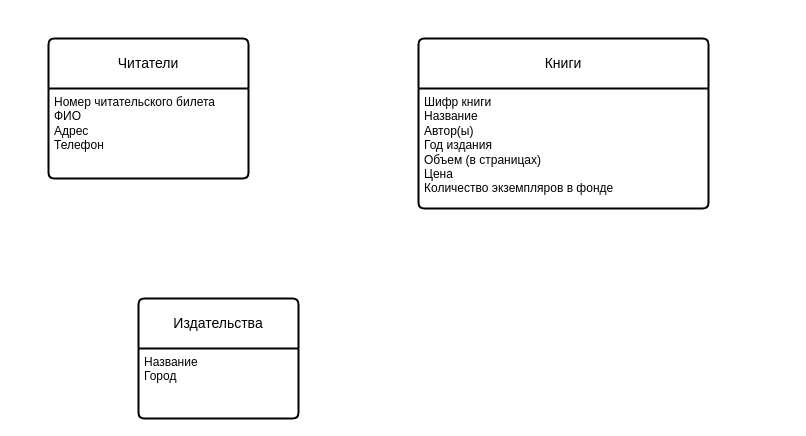
Above: Схема БД.drawio in MOMIV/DE_T2.1 (draw.io), before the change. Source tidied: cells renumbered, new cells numbered last; positions are measured from the earlier drawing's top-left corner, leaving out a move shared by most shapes. Both pictures are drawn from the tidied source at 100%, with x=0, y=0 at pixel (48, 38).
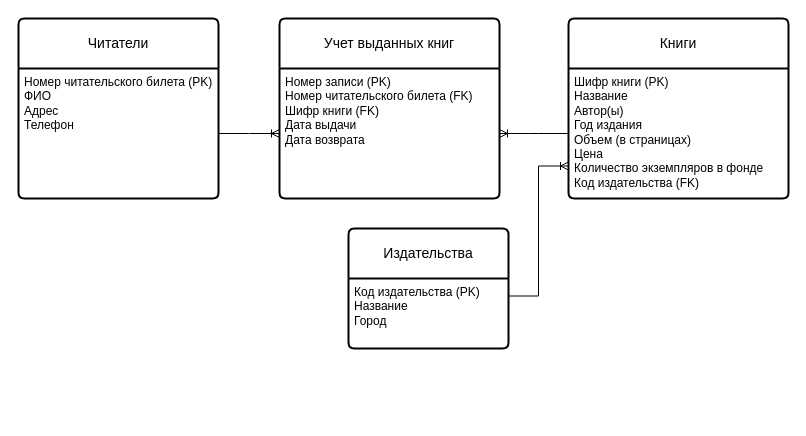
The same page after the edit.

The edit, as a diff of the source:
```diff
@@
 <mxGraphModel>
   <root>
     <mxCell id="0" />
     <mxCell id="1" parent="0" />
     <mxCell id="2" style="shape=tableRow;horizontal=0;startSize=0;swimlaneHead=0;swimlaneBody=0;fillColor=none;top=0;left=0;right=0;bottom=0;" parent="1" vertex="1">
       <mxGeometry x="10" y="100" width="180" height="30" as="geometry" />
     </mxCell>
     <mxCell id="3" style="shape=partialRectangle;fillColor=none;top=0;left=0;bottom=0;right=0;overflow=hidden;whiteSpace=wrap;html=1;" parent="2" vertex="1">
       <mxGeometry width="30" height="30" as="geometry" />
     </mxCell>
     <mxCell id="4" value="Книги" style="swimlane;horizontal=1;startSize=50;rounded=1;fontSize=14;fontStyle=0;strokeWidth=2;shadow=0;dashed=0;align=center;arcSize=4;whiteSpace=wrap;html=1;" parent="1" vertex="1">
-      <mxGeometry x="370" width="290" height="170" as="geometry" />
+      <mxGeometry x="520" y="-20" width="220" height="180" as="geometry" />
     </mxCell>
-    <mxCell id="5" value="Шифр книги&lt;br&gt;Название&lt;br&gt;Автор(ы)&lt;br&gt;Год издания&lt;br&gt;Объем (в страницах)&lt;br&gt;Цена&lt;br&gt;Количество экземпляров в фонде" style="align=left;strokeColor=none;fillColor=none;spacingLeft=4;fontSize=12;verticalAlign=top;html=1;" parent="4" vertex="1">
-      <mxGeometry y="50" width="290" height="120" as="geometry" />
+    <mxCell id="5" value="Шифр книги (PK)&lt;br&gt;Название&amp;nbsp;&lt;br&gt;Автор(ы)&lt;br&gt;Год издания&lt;br&gt;Объем (в страницах)&lt;br&gt;Цена&lt;br&gt;Количество экземпляров в фонде&lt;br&gt;Код издательства (FK)" style="align=left;strokeColor=none;fillColor=none;spacingLeft=4;fontSize=12;verticalAlign=top;html=1;" parent="4" vertex="1">
+      <mxGeometry y="50" width="220" height="130" as="geometry" />
     </mxCell>
     <mxCell id="6" value="Читатели" style="swimlane;horizontal=1;startSize=50;rounded=1;fontSize=14;fontStyle=0;strokeWidth=2;shadow=0;dashed=0;align=center;arcSize=4;whiteSpace=wrap;html=1;" parent="1" vertex="1">
-      <mxGeometry width="200" height="140" as="geometry" />
+      <mxGeometry x="-30" y="-20" width="200" height="180" as="geometry" />
     </mxCell>
-    <mxCell id="7" value="Номер читательского билета&lt;br&gt;ФИО&lt;br&gt;Адрес&lt;br&gt;Телефон" style="align=left;strokeColor=none;fillColor=none;spacingLeft=4;fontSize=12;verticalAlign=top;html=1;" parent="6" vertex="1">
-      <mxGeometry y="50" width="200" height="90" as="geometry" />
+    <mxCell id="7" value="Номер читательского билета (PK)&lt;br&gt;ФИО&amp;nbsp;&lt;br&gt;Адрес&lt;br&gt;Телефон" style="align=left;strokeColor=none;fillColor=none;spacingLeft=4;fontSize=12;verticalAlign=top;html=1;" parent="6" vertex="1">
+      <mxGeometry y="50" width="200" height="130" as="geometry" />
     </mxCell>
     <mxCell id="8" value="Издательства" style="swimlane;horizontal=1;startSize=50;rounded=1;fontSize=14;fontStyle=0;strokeWidth=2;shadow=0;dashed=0;align=center;arcSize=4;whiteSpace=wrap;html=1;" parent="1" vertex="1">
-      <mxGeometry x="90" y="260" width="160" height="120" as="geometry" />
+      <mxGeometry x="300" y="190" width="160" height="120" as="geometry" />
     </mxCell>
-    <mxCell id="9" value="Название&lt;br&gt;Город" style="align=left;strokeColor=none;fillColor=none;spacingLeft=4;fontSize=12;verticalAlign=top;html=1;" parent="8" vertex="1">
+    <mxCell id="9" value="Код издательства (PK)&lt;br&gt;Название&amp;nbsp;&lt;br&gt;Город" style="align=left;strokeColor=none;fillColor=none;spacingLeft=4;fontSize=12;verticalAlign=top;html=1;" parent="8" vertex="1">
       <mxGeometry y="50" width="160" height="70" as="geometry" />
     </mxCell>
+    <mxCell id="10" value="Учет выданных книг" style="swimlane;horizontal=1;startSize=50;rounded=1;fontSize=14;fontStyle=0;strokeWidth=2;shadow=0;dashed=0;align=center;arcSize=4;whiteSpace=wrap;html=1;" parent="1" vertex="1">
+      <mxGeometry x="231" y="-20" width="220" height="180" as="geometry" />
+    </mxCell>
+    <mxCell id="11" value="Номер записи (PK)&lt;br&gt;Номер читательского билета (FK)&lt;br&gt;Шифр книги (FK)&lt;br style=&quot;--tw-border-spacing-x: 0; --tw-border-spacing-y: 0; --tw-translate-x: 0; --tw-translate-y: 0; --tw-rotate: 0; --tw-skew-x: 0; --tw-skew-y: 0; --tw-scale-x: 1; --tw-scale-y: 1; --tw-pan-x: ; --tw-pan-y: ; --tw-pinch-zoom: ; --tw-scroll-snap-strictness: proximity; --tw-ordinal: ; --tw-slashed-zero: ; --tw-numeric-figure: ; --tw-numeric-spacing: ; --tw-numeric-fraction: ; --tw-ring-inset: ; --tw-ring-offset-width: 0px; --tw-ring-offset-color: #fff; --tw-ring-color: rgb(59 130 246 / .5); --tw-ring-offset-shadow: 0 0 #0000; --tw-ring-shadow: 0 0 #0000; --tw-shadow: 0 0 #0000; --tw-shadow-colored: 0 0 #0000; --tw-blur: ; --tw-brightness: ; --tw-contrast: ; --tw-grayscale: ; --tw-hue-rotate: ; --tw-invert: ; --tw-saturate: ; --tw-sepia: ; --tw-drop-shadow: ; --tw-backdrop-blur: ; --tw-backdrop-brightness: ; --tw-backdrop-contrast: ; --tw-backdrop-grayscale: ; --tw-backdrop-hue-rotate: ; --tw-backdrop-invert: ; --tw-backdrop-opacity: ; --tw-backdrop-saturate: ; --tw-backdrop-sepia: ; border-color: var(--border-color);&quot;&gt;Дата выдачи&lt;br&gt;Дата возврата" style="align=left;strokeColor=none;fillColor=none;spacingLeft=4;fontSize=12;verticalAlign=top;html=1;" parent="10" vertex="1">
+      <mxGeometry y="50" width="220" height="130" as="geometry" />
+    </mxCell>
+    <mxCell id="12" style="edgeStyle=entityRelationEdgeStyle;fontSize=12;html=1;endArrow=ERoneToMany;rounded=0;exitX=0;exitY=0.5;exitDx=0;exitDy=0;entryX=1;entryY=0.5;entryDx=0;entryDy=0;" parent="1" edge="1" source="5" target="11">
+      <mxGeometry relative="1" as="geometry" />
+    </mxCell>
+    <mxCell id="13" style="edgeStyle=entityRelationEdgeStyle;fontSize=12;html=1;endArrow=ERoneToMany;rounded=0;entryX=0;entryY=0.5;entryDx=0;entryDy=0;" parent="1" edge="1" source="7" target="11">
+      <mxGeometry relative="1" as="geometry" />
+    </mxCell>
+    <mxCell id="14" style="edgeStyle=entityRelationEdgeStyle;fontSize=12;html=1;endArrow=ERoneToMany;rounded=0;exitX=1;exitY=0.25;exitDx=0;exitDy=0;entryX=0;entryY=0.75;entryDx=0;entryDy=0;" parent="1" edge="1" source="9" target="5">
+      <mxGeometry relative="1" as="geometry">
+        <Array as="points">
+          <mxPoint x="480" y="270" />
+          <mxPoint x="480" y="250" />
+          <mxPoint x="510" y="290" />
+          <mxPoint x="510" y="250" />
+          <mxPoint x="490" y="310" />
+        </Array>
+      </mxGeometry>
+    </mxCell>
   </root>
 </mxGraphModel>
```
